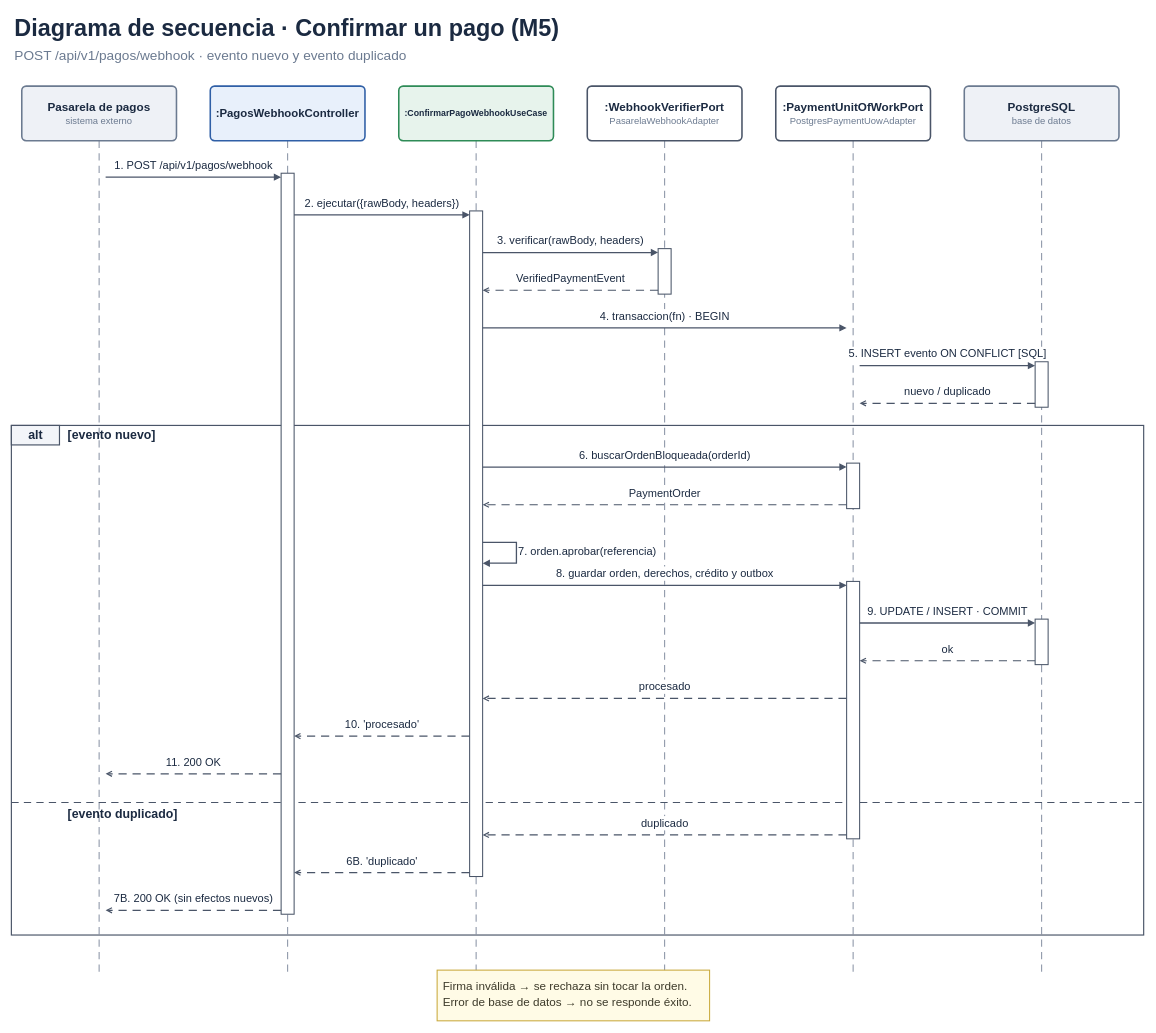
Earlier version of the draw.io diagram docs/img/fuente_drawio/m5-secuencia.drawio (100robert/Mentelyx). Source tidied: cells renumbered, new cells numbered last; positions are measured from the earlier drawing's top-left corner, leaving out a move shared by most shapes. Both pictures are drawn from the tidied source at 65%, with x=0, y=0 at pixel (11, 10).
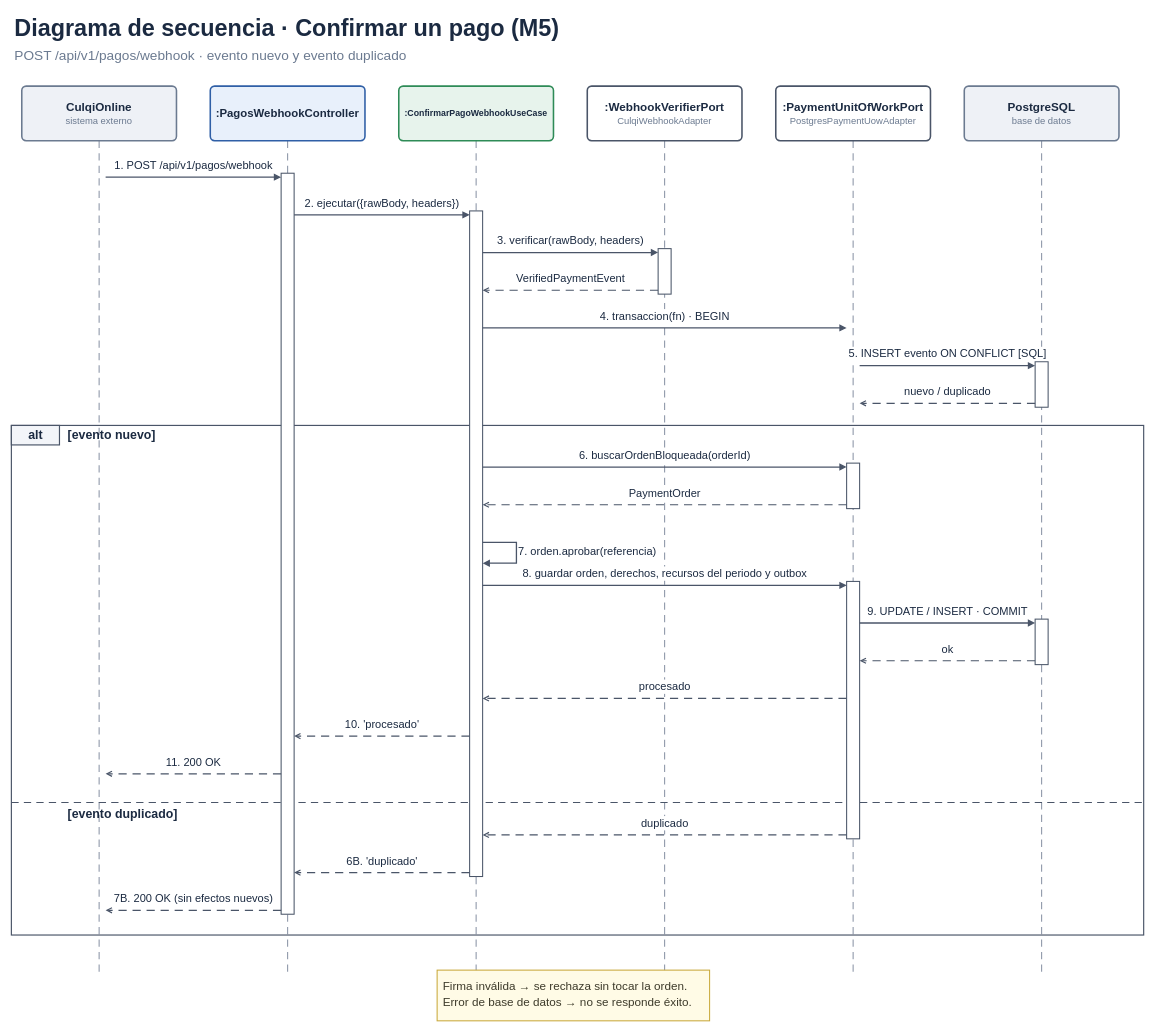
Above is the later version.

Change to the diagram source:
```diff
@@
-    <mxCell id="52" value="8. guardar orden, derechos, crédito y outbox" style="text;html=1;strokeColor=none;fillColor=none;align=center;verticalAlign=middle;whiteSpace=nowrap;spacing=0;fontSize=17;fontStyle=0;fontColor=#1B2A41;fontFamily=Arial;" parent="1" vertex="1">
+    <mxCell id="52" value="8. guardar orden, derechos, recursos del periodo y outbox" style="text;html=1;strokeColor=none;fillColor=none;align=center;verticalAlign=middle;whiteSpace=nowrap;spacing=0;fontSize=17;fontStyle=0;fontColor=#1B2A41;fontFamily=Arial;" parent="1" vertex="1">
       <mxGeometry x="830.7" y="854.1" width="348.5" height="25.5" as="geometry" />
     </mxCell>
@@
-    <mxCell id="82" value="&lt;div style=&quot;text-align:center;line-height:1.25&quot;&gt;&lt;span style=&quot;font-size:18px;font-weight:700;font-style:normal;color:#1B2A41;font-family:Arial&quot;&gt;Pasarela de pagos&lt;/span&gt;&lt;/div&gt;&lt;div style=&quot;text-align:center;line-height:1.25&quot;&gt;&lt;span style=&quot;font-size:14.5px;font-weight:400;font-style:normal;color:#6B7A90;font-family:Arial&quot;&gt;sistema externo&lt;/span&gt;&lt;/div&gt;" style="rounded=1;arcSize=8;whiteSpace=wrap;html=1;fillColor=#EEF1F6;strokeColor=#6B7A90;strokeWidth=2.4;fontFamily=Arial;align=center;verticalAlign=middle;spacing=0;" parent="1" vertex="1">
+    <mxCell id="82" value="&lt;div style=&quot;text-align:center;line-height:1.25&quot;&gt;&lt;span style=&quot;font-size:18px;font-weight:700;font-style:normal;color:#1B2A41;font-family:Arial&quot;&gt;CulqiOnline&lt;/span&gt;&lt;/div&gt;&lt;div style=&quot;text-align:center;line-height:1.25&quot;&gt;&lt;span style=&quot;font-size:14.5px;font-weight:400;font-style:normal;color:#6B7A90;font-family:Arial&quot;&gt;sistema externo&lt;/span&gt;&lt;/div&gt;" style="rounded=1;arcSize=8;whiteSpace=wrap;html=1;fillColor=#EEF1F6;strokeColor=#6B7A90;strokeWidth=2.4;fontFamily=Arial;align=center;verticalAlign=middle;spacing=0;" parent="1" vertex="1">
       <mxGeometry x="16" y="116" width="238" height="84" as="geometry" />
     </mxCell>
@@
-    <mxCell id="85" value="&lt;div style=&quot;text-align:center;line-height:1.25&quot;&gt;&lt;span style=&quot;font-size:18px;font-weight:700;font-style:normal;color:#1B2A41;font-family:Arial&quot;&gt;:WebhookVerifierPort&lt;/span&gt;&lt;/div&gt;&lt;div style=&quot;text-align:center;line-height:1.25&quot;&gt;&lt;span style=&quot;font-size:14.5px;font-weight:400;font-style:normal;color:#6B7A90;font-family:Arial&quot;&gt;PasarelaWebhookAdapter&lt;/span&gt;&lt;/div&gt;" style="rounded=1;arcSize=8;whiteSpace=wrap;html=1;fillColor=#FFFFFF;strokeColor=#4A5568;strokeWidth=2.4;fontFamily=Arial;align=center;verticalAlign=middle;spacing=0;" parent="1" vertex="1">
+    <mxCell id="85" value="&lt;div style=&quot;text-align:center;line-height:1.25&quot;&gt;&lt;span style=&quot;font-size:18px;font-weight:700;font-style:normal;color:#1B2A41;font-family:Arial&quot;&gt;:WebhookVerifierPort&lt;/span&gt;&lt;/div&gt;&lt;div style=&quot;text-align:center;line-height:1.25&quot;&gt;&lt;span style=&quot;font-size:14.5px;font-weight:400;font-style:normal;color:#6B7A90;font-family:Arial&quot;&gt;CulqiWebhookAdapter&lt;/span&gt;&lt;/div&gt;" style="rounded=1;arcSize=8;whiteSpace=wrap;html=1;fillColor=#FFFFFF;strokeColor=#4A5568;strokeWidth=2.4;fontFamily=Arial;align=center;verticalAlign=middle;spacing=0;" parent="1" vertex="1">
       <mxGeometry x="886" y="116" width="238" height="84" as="geometry" />
     </mxCell>
```
